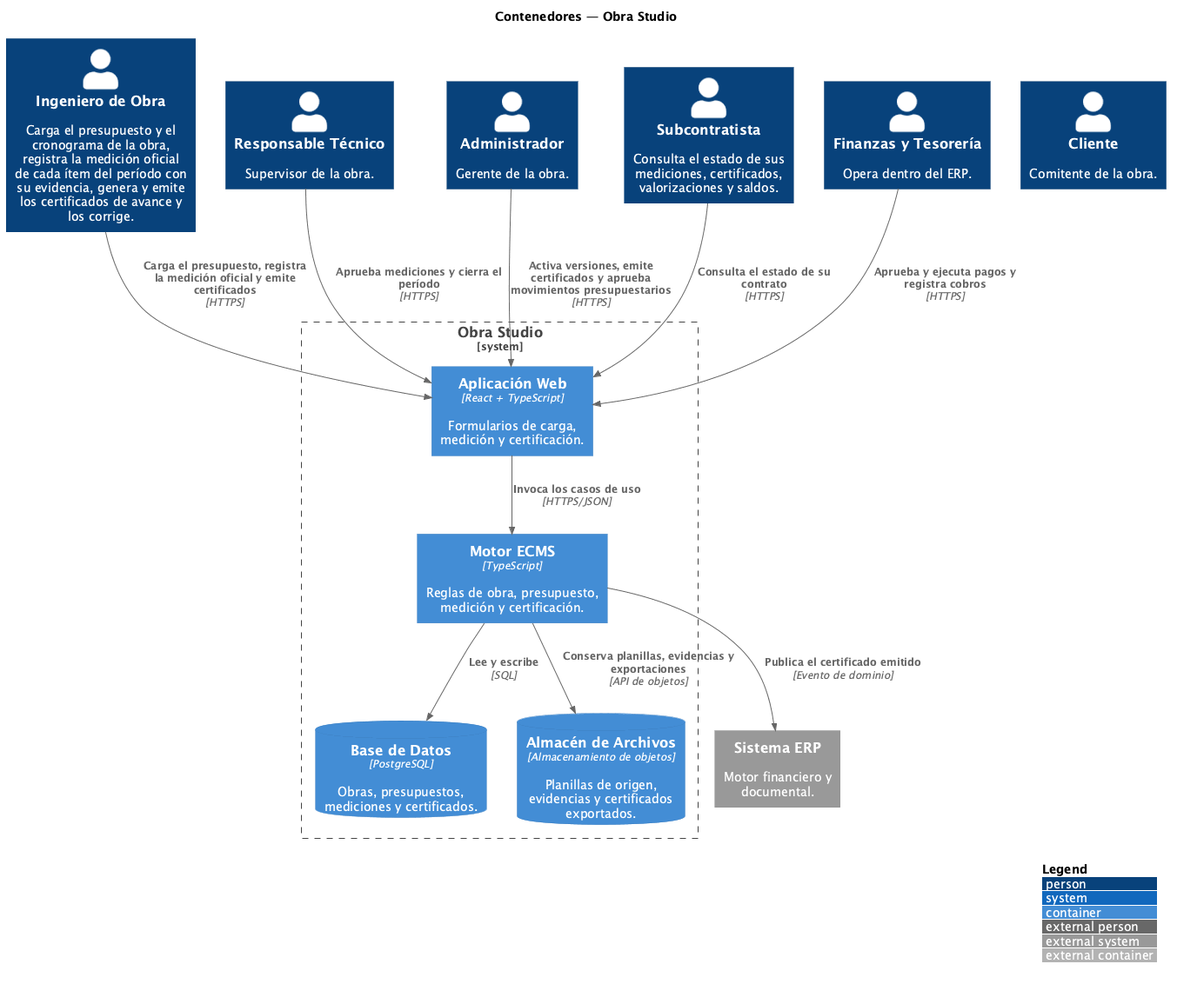
Above: modelo/out/c4/C4-Contenedores.png in Ssrrb/TPF-teoria (PlantUML), before the change.
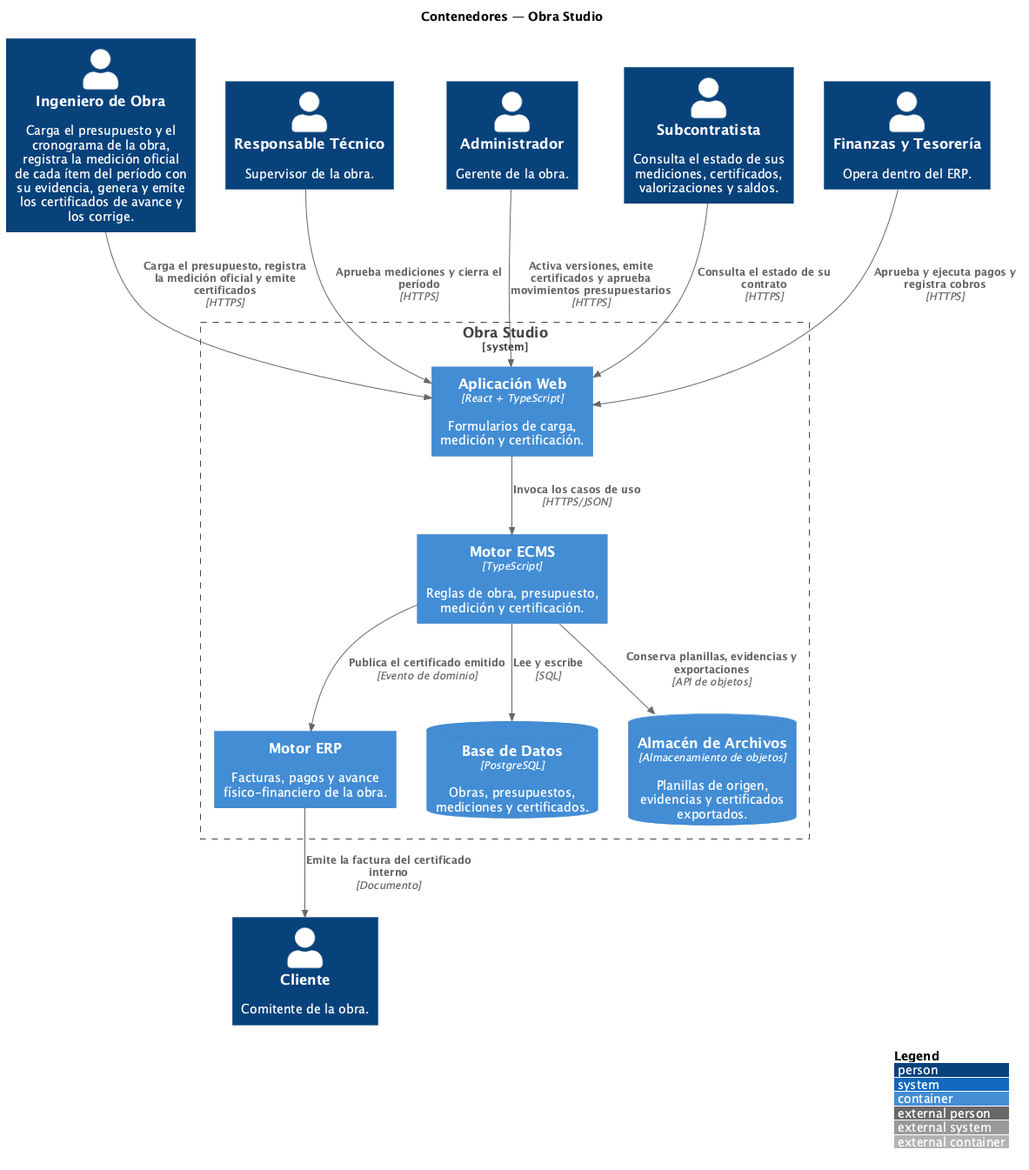
The same diagram one commit later.

The edit, as a diff of the source:
```diff
@@ -10,10 +10,10 @@
 Person(CLI, "Cliente", "Comitente de la obra.")
 Person(TES, "Finanzas y Tesorería", "Opera dentro del ERP.")
 
-System_Ext(erp, "Sistema ERP", "Motor financiero y documental.")
 System_Boundary(obra, "Obra Studio") {
   Container(web, "Aplicación Web", "React + TypeScript", "Formularios de carga, medición y certificación.")
   Container(ecms, "Motor ECMS", "TypeScript", "Reglas de obra, presupuesto, medición y certificación.")
+  Container(erp, "Motor ERP", "", "Facturas, pagos y avance físico-financiero de la obra.")
   ContainerDb(bd, "Base de Datos", "PostgreSQL", "Obras, presupuestos, mediciones y certificados.")
   ContainerDb(archivos, "Almacén de Archivos", "Almacenamiento de objetos", "Planillas de origen, evidencias y certificados exportados.")
 }
@@ -27,4 +27,5 @@
 Rel(ecms, bd, "Lee y escribe", "SQL")
 Rel(ecms, archivos, "Conserva planillas, evidencias y exportaciones", "API de objetos")
 Rel(ecms, erp, "Publica el certificado emitido", "Evento de dominio")
+Rel(erp, CLI, "Emite la factura del certificado interno", "Documento")
 @enduml
```
